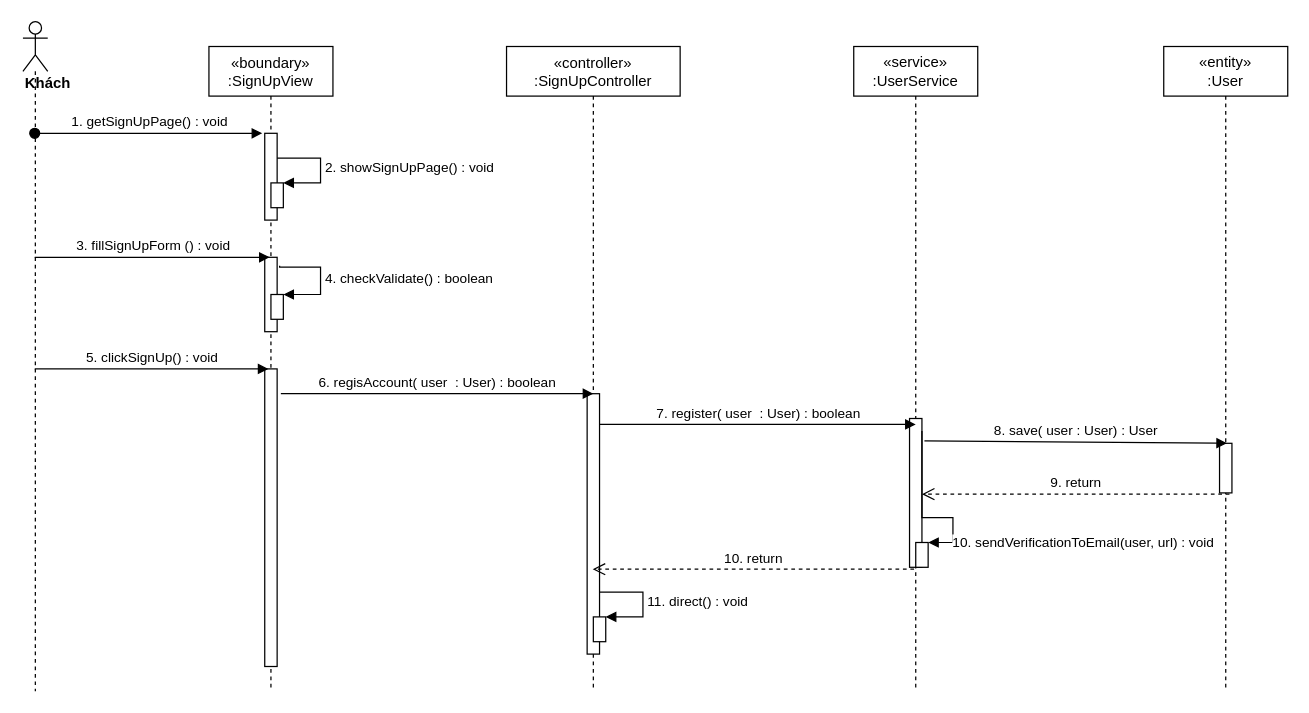
nguyenphamvan/datn_20202 keeps this draw.io diagram as sequence diagram/register-sequence-diagram.drawio. Above is the earlier version. Source tidied: cells renumbered, new cells numbered last; positions are measured from the earlier drawing's top-left corner, leaving out a move shared by most shapes. Both pictures are drawn from the tidied source at 124%, with x=0, y=0 at pixel (22, 21).
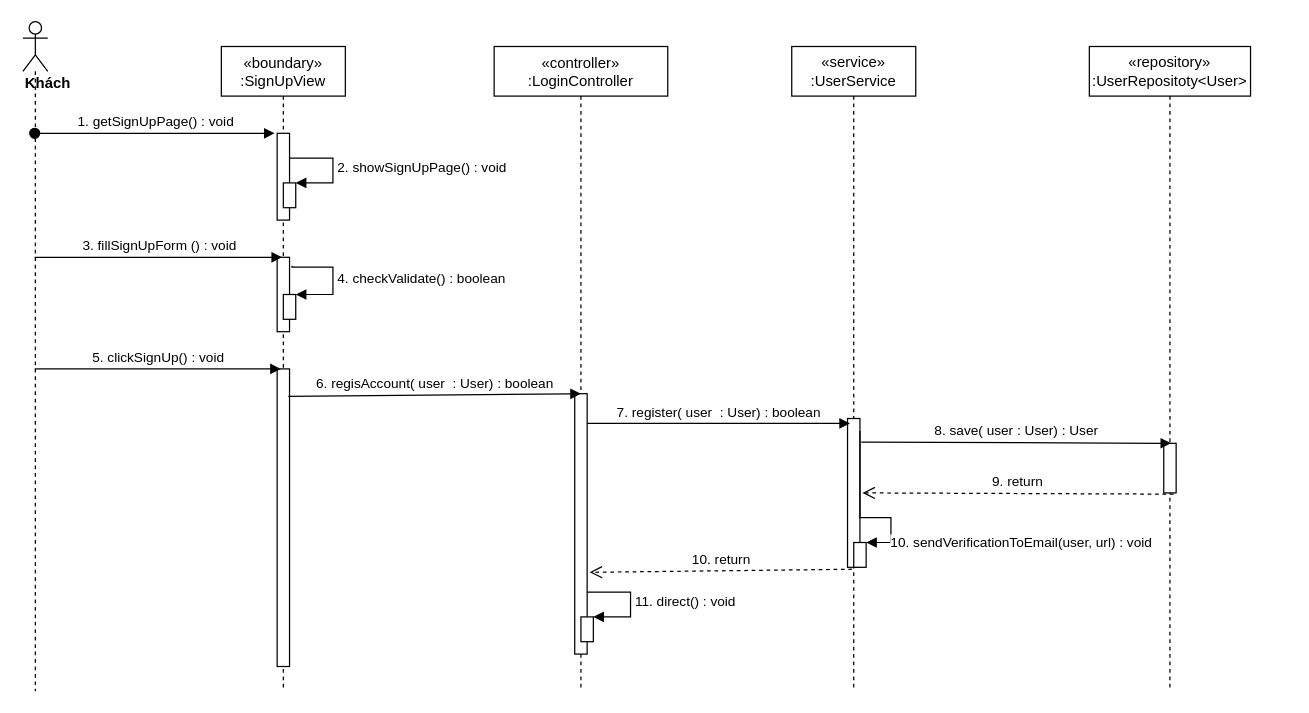
Above is the later version.

The change refers to these unchanged cells:
```xml
<mxCell id="9" style="html=1;points=[];perimeter=orthogonalPerimeter;" parent="2" vertex="1">
  <mxGeometry x="45" y="260" width="10" height="240" as="geometry" />
</mxCell>
<mxCell id="11" style="points=[];perimeter=orthogonalPerimeter;rounded=0;shadow=0;strokeWidth=1;" parent="10" vertex="1">
  <mxGeometry x="65" y="280" width="10" height="210" as="geometry" />
</mxCell>
<mxCell id="16" style="points=[];perimeter=orthogonalPerimeter;rounded=0;shadow=0;strokeWidth=1;" parent="15" vertex="1">
  <mxGeometry x="45" y="300" width="10" height="120" as="geometry" />
</mxCell>
```

What changed in the source:
```diff
@@
     <mxCell id="2" value="«boundary»&#10;:SignUpView" style="shape=umlLifeline;perimeter=lifelinePerimeter;rounded=0;shadow=0;strokeWidth=1;" parent="1" vertex="1">
-      <mxGeometry x="150" y="20" width="100" height="520" as="geometry" />
+      <mxGeometry x="160" y="20" width="100" height="520" as="geometry" />
     </mxCell>
@@
-    <mxCell id="10" value="«controller»&#10;:SignUpController" style="shape=umlLifeline;perimeter=lifelinePerimeter;rounded=0;shadow=0;strokeWidth=1;" parent="1" vertex="1">
-      <mxGeometry x="390" y="20" width="140" height="520" as="geometry" />
+    <mxCell id="10" value="«controller»&#10;:LoginController" style="shape=umlLifeline;perimeter=lifelinePerimeter;rounded=0;shadow=0;strokeWidth=1;" parent="1" vertex="1">
+      <mxGeometry x="380" y="20" width="140" height="520" as="geometry" />
     </mxCell>
@@
     <mxCell id="15" value="&lt;span&gt;«service»&lt;br&gt;&lt;/span&gt;:UserService" style="shape=umlLifeline;perimeter=lifelinePerimeter;whiteSpace=wrap;html=1;" parent="1" vertex="1">
-      <mxGeometry x="670" y="20" width="100" height="520" as="geometry" />
+      <mxGeometry x="620" y="20" width="100" height="520" as="geometry" />
     </mxCell>
@@
-    <mxCell id="22" value="6. regisAccount( user&amp;nbsp; : User) : boolean" style="html=1;verticalAlign=bottom;endArrow=block;entryX=0.5;entryY=0;entryDx=0;entryDy=0;entryPerimeter=0;" parent="1" edge="1" target="11">
-      <mxGeometry relative="1" as="geometry">
-        <mxPoint x="208" y="300" as="sourcePoint" />
-      </mxGeometry>
+    <mxCell id="22" value="6. regisAccount( user&amp;nbsp; : User) : boolean" style="html=1;verticalAlign=bottom;endArrow=block;entryX=0.5;entryY=0;entryDx=0;entryDy=0;entryPerimeter=0;exitX=0.9;exitY=0.092;exitDx=0;exitDy=0;exitPerimeter=0;" parent="1" edge="1" source="9" target="11">
+      <mxGeometry relative="1" as="geometry" />
     </mxCell>
-    <mxCell id="23" value="&lt;span&gt;«entity»&lt;br&gt;&lt;/span&gt;:User" style="shape=umlLifeline;perimeter=lifelinePerimeter;whiteSpace=wrap;html=1;" parent="1" vertex="1">
-      <mxGeometry x="920" y="20" width="100" height="520" as="geometry" />
+    <mxCell id="23" value="&lt;span&gt;«repository»&lt;br&gt;&lt;/span&gt;:UserRepositoty&amp;lt;User&amp;gt;" style="shape=umlLifeline;perimeter=lifelinePerimeter;whiteSpace=wrap;html=1;" parent="1" vertex="1">
+      <mxGeometry x="860" y="20" width="130" height="520" as="geometry" />
     </mxCell>
     <mxCell id="24" style="points=[];perimeter=orthogonalPerimeter;rounded=0;shadow=0;strokeWidth=1;" parent="23" vertex="1">
-      <mxGeometry x="45" y="320" width="10" height="40" as="geometry" />
+      <mxGeometry x="60" y="320" width="10" height="40" as="geometry" />
     </mxCell>
-    <mxCell id="25" value="7. register( user&amp;nbsp; : User) : boolean" style="html=1;verticalAlign=bottom;endArrow=block;entryX=0.5;entryY=0.04;entryDx=0;entryDy=0;entryPerimeter=0;" parent="1" edge="1" source="11" target="16">
+    <mxCell id="25" value="7. register( user&amp;nbsp; : User) : boolean" style="html=1;verticalAlign=bottom;endArrow=block;entryX=0.2;entryY=0.033;entryDx=0;entryDy=0;entryPerimeter=0;" parent="1" edge="1" source="11" target="16">
       <mxGeometry relative="1" as="geometry" />
     </mxCell>
-    <mxCell id="26" value="10. return" style="html=1;verticalAlign=bottom;endArrow=open;dashed=1;endSize=8;exitX=0.367;exitY=1.013;exitDx=0;exitDy=0;exitPerimeter=0;" parent="1" edge="1" source="16" target="10">
+    <mxCell id="26" value="10. return" style="html=1;verticalAlign=bottom;endArrow=open;dashed=1;endSize=8;exitX=0.367;exitY=1.013;exitDx=0;exitDy=0;exitPerimeter=0;entryX=1.2;entryY=0.686;entryDx=0;entryDy=0;entryPerimeter=0;" parent="1" edge="1" source="16" target="11">
       <mxGeometry relative="1" as="geometry" />
     </mxCell>
-    <mxCell id="27" value="8. save( user : User) : User" style="html=1;verticalAlign=bottom;endArrow=block;entryX=0.6;entryY=0;entryDx=0;entryDy=0;entryPerimeter=0;exitX=1.2;exitY=0.15;exitDx=0;exitDy=0;exitPerimeter=0;" parent="1" edge="1" source="16" target="24">
+    <mxCell id="27" value="8. save( user : User) : User" style="html=1;verticalAlign=bottom;endArrow=block;entryX=0.6;entryY=0;entryDx=0;entryDy=0;entryPerimeter=0;exitX=1.1;exitY=0.158;exitDx=0;exitDy=0;exitPerimeter=0;" parent="1" edge="1" source="16" target="24">
       <mxGeometry relative="1" as="geometry" />
     </mxCell>
-    <mxCell id="28" value="9. return" style="html=1;verticalAlign=bottom;endArrow=open;dashed=1;endSize=8;exitX=0.8;exitY=1.025;exitDx=0;exitDy=0;exitPerimeter=0;" parent="1" edge="1" source="24" target="16">
+    <mxCell id="28" value="9. return" style="html=1;verticalAlign=bottom;endArrow=open;dashed=1;endSize=8;exitX=0.8;exitY=1.025;exitDx=0;exitDy=0;exitPerimeter=0;entryX=1.2;entryY=0.5;entryDx=0;entryDy=0;entryPerimeter=0;" parent="1" edge="1" source="24" target="16">
       <mxGeometry relative="1" as="geometry" />
     </mxCell>
```
